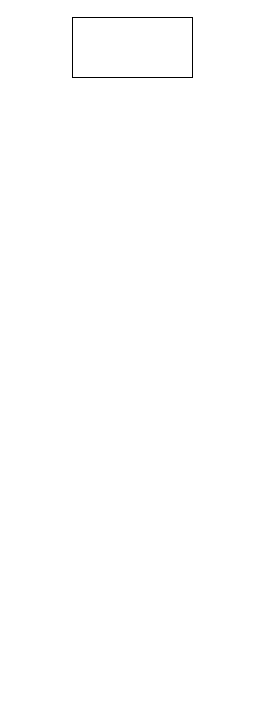
The draw.io diagram hello.drawio in Ventura-CSV/assignment-3-3-TheUnchosen, before the edit. Source tidied: cells renumbered, new cells numbered last; positions are measured from the earlier drawing's top-left corner, leaving out a move shared by most shapes. Both pictures are drawn from the tidied source at 100%, with x=0, y=0 at pixel (72, 17).
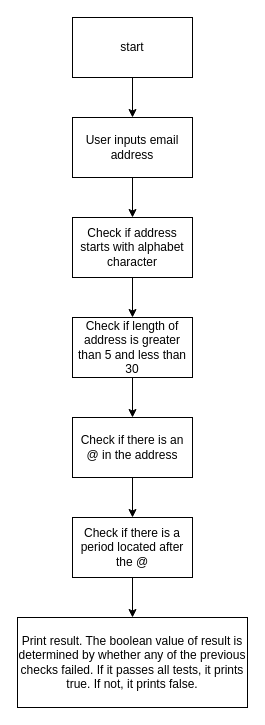
The same diagram, later.

Change to the diagram source:
```diff
@@
 <mxGraphModel>
   <root>
     <mxCell id="0" />
     <mxCell id="1" parent="0" />
+    <mxCell id="3" style="edgeStyle=none;html=1;exitX=0.5;exitY=1;exitDx=0;exitDy=0;entryX=0.5;entryY=0;entryDx=0;entryDy=0;" parent="1" edge="1" source="2" target="5">
+      <mxGeometry relative="1" as="geometry" />
+    </mxCell>
-    <mxCell id="2" style="rounded=0;whiteSpace=wrap;html=1;" parent="1" vertex="1">
+    <mxCell id="2" value="start" style="rounded=0;whiteSpace=wrap;html=1;" parent="1" vertex="1">
       <mxGeometry width="120" height="60" as="geometry" />
     </mxCell>
+    <mxCell id="4" style="edgeStyle=none;html=1;exitX=0.5;exitY=1;exitDx=0;exitDy=0;entryX=0.5;entryY=0;entryDx=0;entryDy=0;" parent="1" edge="1" source="5" target="7">
+      <mxGeometry relative="1" as="geometry" />
+    </mxCell>
+    <mxCell id="5" value="User inputs email address" style="rounded=0;whiteSpace=wrap;html=1;" parent="1" vertex="1">
+      <mxGeometry y="100" width="120" height="60" as="geometry" />
+    </mxCell>
+    <mxCell id="6" style="edgeStyle=none;html=1;exitX=0.5;exitY=1;exitDx=0;exitDy=0;entryX=0.5;entryY=0;entryDx=0;entryDy=0;" parent="1" edge="1" source="7" target="9">
+      <mxGeometry relative="1" as="geometry" />
+    </mxCell>
+    <mxCell id="7" value="Check if address starts with alphabet character" style="rounded=0;whiteSpace=wrap;html=1;" parent="1" vertex="1">
+      <mxGeometry y="200" width="120" height="60" as="geometry" />
+    </mxCell>
+    <mxCell id="8" style="edgeStyle=none;html=1;exitX=0.5;exitY=1;exitDx=0;exitDy=0;entryX=0.5;entryY=0;entryDx=0;entryDy=0;" parent="1" edge="1" source="9" target="11">
+      <mxGeometry relative="1" as="geometry" />
+    </mxCell>
+    <mxCell id="9" value="Check if length of address is greater than 5 and less than 30" style="rounded=0;whiteSpace=wrap;html=1;" parent="1" vertex="1">
+      <mxGeometry y="300" width="120" height="60" as="geometry" />
+    </mxCell>
+    <mxCell id="10" style="edgeStyle=none;html=1;exitX=0.5;exitY=1;exitDx=0;exitDy=0;entryX=0.5;entryY=0;entryDx=0;entryDy=0;" parent="1" edge="1" source="11" target="13">
+      <mxGeometry relative="1" as="geometry" />
+    </mxCell>
+    <mxCell id="11" value="Check if there is an @ in the address" style="rounded=0;whiteSpace=wrap;html=1;" parent="1" vertex="1">
+      <mxGeometry y="400" width="120" height="60" as="geometry" />
+    </mxCell>
+    <mxCell id="12" style="edgeStyle=none;html=1;exitX=0.5;exitY=1;exitDx=0;exitDy=0;entryX=0.5;entryY=0;entryDx=0;entryDy=0;" parent="1" edge="1" source="13" target="14">
+      <mxGeometry relative="1" as="geometry" />
+    </mxCell>
+    <mxCell id="13" value="Check if there is a period located after the @" style="rounded=0;whiteSpace=wrap;html=1;" parent="1" vertex="1">
+      <mxGeometry y="500" width="120" height="60" as="geometry" />
+    </mxCell>
+    <mxCell id="14" value="Print result. The boolean value of result is determined by whether any of the previous checks failed. If it passes all tests, it prints true. If not, it prints false." style="rounded=0;whiteSpace=wrap;html=1;" parent="1" vertex="1">
+      <mxGeometry x="-55" y="600" width="230" height="90" as="geometry" />
+    </mxCell>
   </root>
 </mxGraphModel>
```
